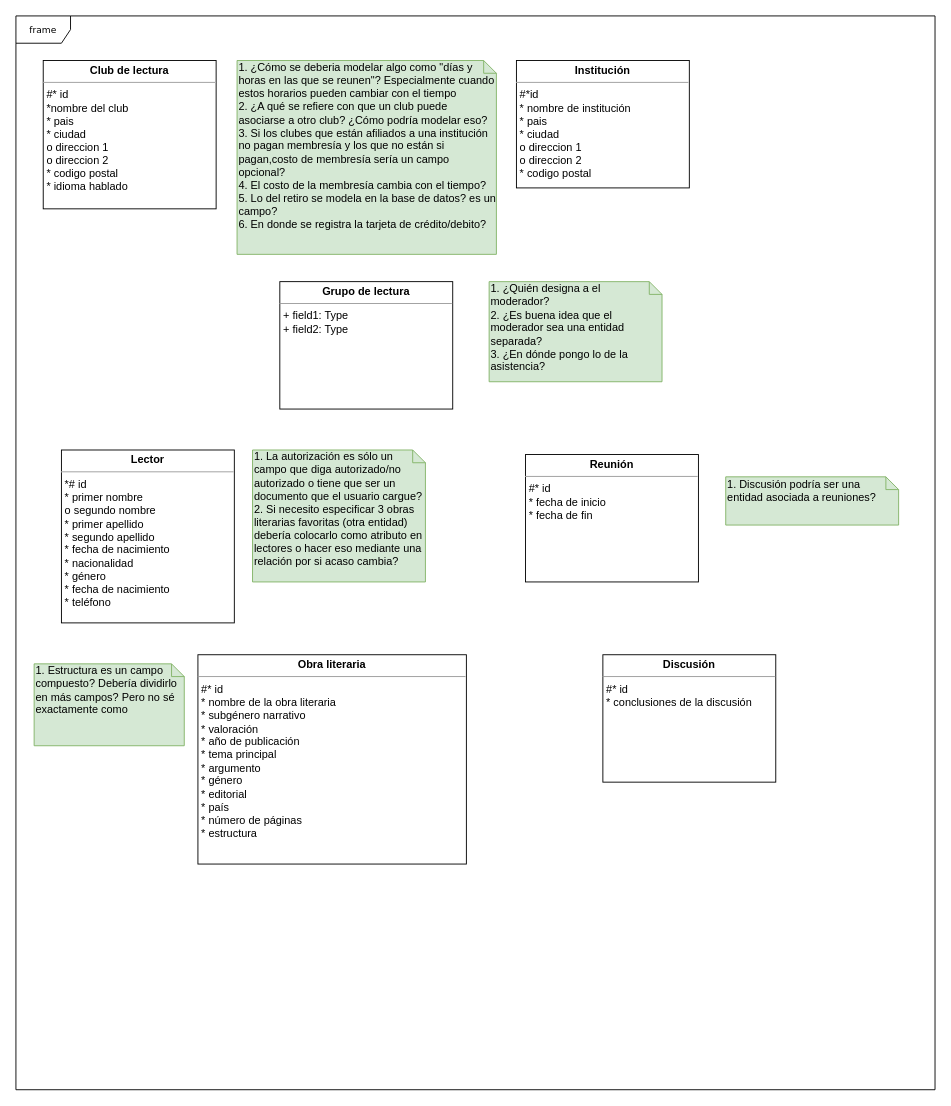
Above: DB I/RC (Pseudo) Data structure.drawio in NeutronBlast/IS-Ex (draw.io), before the change. Source tidied: cells renumbered, new cells numbered last; positions are measured from the earlier drawing's top-left corner, leaving out a move shared by most shapes. Both pictures are drawn from the tidied source at 91%, with x=0, y=0 at pixel (15, 15).
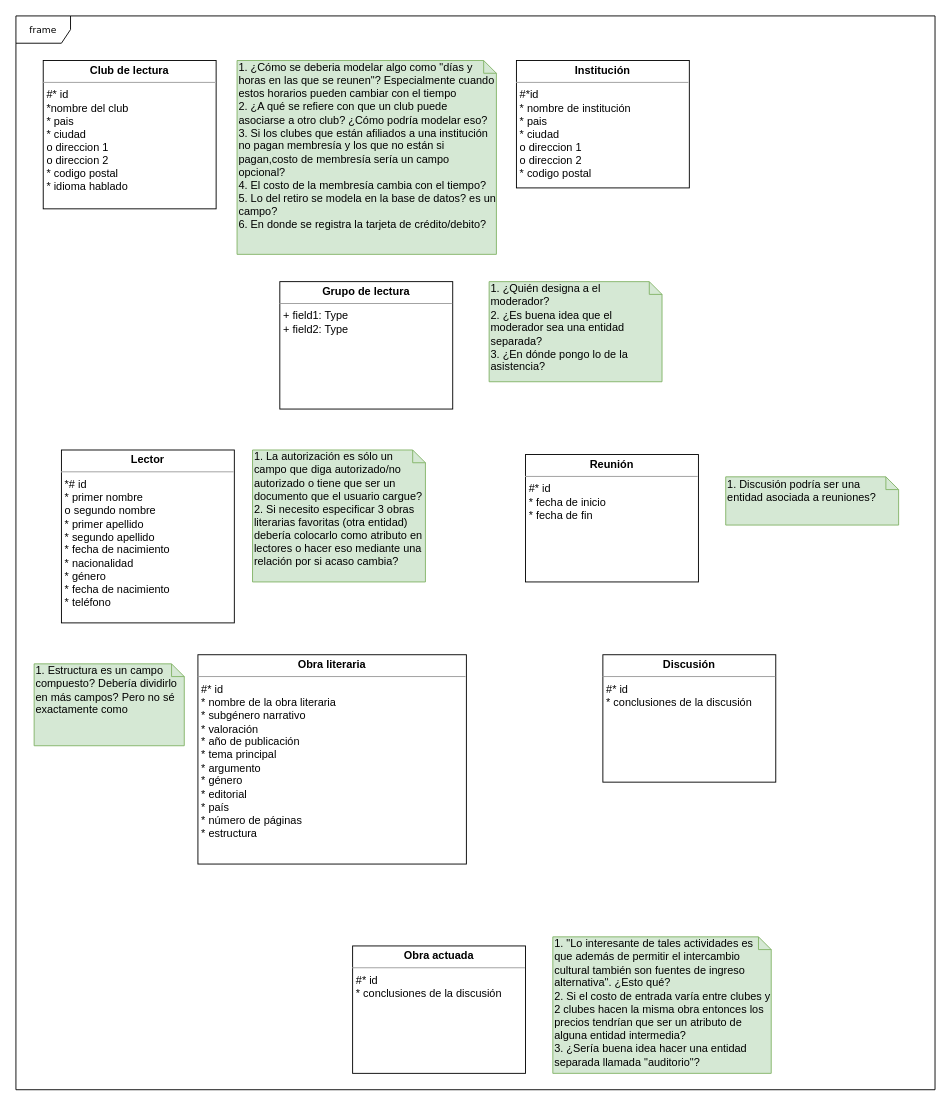
The same diagram, later.

What changed in the source:
```diff
@@
 <mxGraphModel background="#ffffff">
   <root>
     <mxCell id="0" />
     <mxCell id="1" parent="0" />
     <mxCell id="2" value="frame" style="shape=umlFrame;whiteSpace=wrap;html=1;rounded=0;shadow=0;comic=0;labelBackgroundColor=none;strokeColor=#000000;strokeWidth=1;fillColor=#ffffff;fontFamily=Verdana;fontSize=10;fontColor=#000000;align=center;" parent="1" vertex="1">
       <mxGeometry width="1010" height="1180" as="geometry" />
     </mxCell>
     <mxCell id="3" value="&lt;p style=&quot;margin: 0px ; margin-top: 4px ; text-align: center&quot;&gt;&lt;b&gt;Obra literaria&lt;/b&gt;&lt;/p&gt;&lt;hr size=&quot;1&quot;&gt;&lt;p style=&quot;margin: 0px ; margin-left: 4px&quot;&gt;#* id&lt;/p&gt;&lt;p style=&quot;margin: 0px ; margin-left: 4px&quot;&gt;* nombre de la obra literaria&lt;/p&gt;&lt;p style=&quot;margin: 0px ; margin-left: 4px&quot;&gt;* subgénero narrativo&lt;/p&gt;&lt;p style=&quot;margin: 0px ; margin-left: 4px&quot;&gt;* valoración&lt;/p&gt;&lt;p style=&quot;margin: 0px ; margin-left: 4px&quot;&gt;* año de publicación&lt;/p&gt;&lt;p style=&quot;margin: 0px ; margin-left: 4px&quot;&gt;* tema principal&lt;/p&gt;&lt;p style=&quot;margin: 0px ; margin-left: 4px&quot;&gt;* argumento&lt;/p&gt;&lt;p style=&quot;margin: 0px ; margin-left: 4px&quot;&gt;* género&lt;/p&gt;&lt;p style=&quot;margin: 0px ; margin-left: 4px&quot;&gt;* editorial&lt;/p&gt;&lt;p style=&quot;margin: 0px ; margin-left: 4px&quot;&gt;* país&lt;/p&gt;&lt;p style=&quot;margin: 0px ; margin-left: 4px&quot;&gt;* número de páginas&lt;/p&gt;&lt;p style=&quot;margin: 0px ; margin-left: 4px&quot;&gt;* estructura&lt;/p&gt;" style="verticalAlign=top;align=left;overflow=fill;fontSize=12;fontFamily=Helvetica;html=1;rounded=0;shadow=0;comic=0;labelBackgroundColor=none;strokeColor=#000000;strokeWidth=1;fillColor=#ffffff;" parent="1" vertex="1">
       <mxGeometry x="200" y="702" width="295" height="230" as="geometry" />
     </mxCell>
     <mxCell id="4" value="&lt;p style=&quot;margin: 0px ; margin-top: 4px ; text-align: center&quot;&gt;&lt;b&gt;Institución&lt;/b&gt;&lt;/p&gt;&lt;hr size=&quot;1&quot;&gt;&lt;p style=&quot;margin: 0px ; margin-left: 4px&quot;&gt;#*id&amp;nbsp;&lt;/p&gt;&lt;p style=&quot;margin: 0px ; margin-left: 4px&quot;&gt;* nombre de institución&lt;/p&gt;&lt;p style=&quot;margin: 0px 0px 0px 4px&quot;&gt;* pais&lt;/p&gt;&lt;p style=&quot;margin: 0px 0px 0px 4px&quot;&gt;* ciudad&lt;/p&gt;&lt;p style=&quot;margin: 0px 0px 0px 4px&quot;&gt;o direccion 1&lt;/p&gt;&lt;p style=&quot;margin: 0px 0px 0px 4px&quot;&gt;o direccion 2&lt;/p&gt;&lt;p style=&quot;margin: 0px 0px 0px 4px&quot;&gt;* codigo postal&lt;/p&gt;" style="verticalAlign=top;align=left;overflow=fill;fontSize=12;fontFamily=Helvetica;html=1;rounded=0;shadow=0;comic=0;labelBackgroundColor=none;strokeColor=#000000;strokeWidth=1;fillColor=#ffffff;" parent="1" vertex="1">
       <mxGeometry x="550" y="49" width="190" height="140" as="geometry" />
     </mxCell>
     <mxCell id="5" value="&lt;p style=&quot;margin: 0px ; margin-top: 4px ; text-align: center&quot;&gt;&lt;b&gt;Reunión&lt;/b&gt;&lt;/p&gt;&lt;hr size=&quot;1&quot;&gt;&lt;p style=&quot;margin: 0px ; margin-left: 4px&quot;&gt;#* id&lt;/p&gt;&lt;p style=&quot;margin: 0px ; margin-left: 4px&quot;&gt;* fecha de inicio&lt;/p&gt;&lt;p style=&quot;margin: 0px ; margin-left: 4px&quot;&gt;* fecha de fin&lt;/p&gt;" style="verticalAlign=top;align=left;overflow=fill;fontSize=12;fontFamily=Helvetica;html=1;rounded=0;shadow=0;comic=0;labelBackgroundColor=none;strokeColor=#000000;strokeWidth=1;fillColor=#ffffff;" parent="1" vertex="1">
       <mxGeometry x="560" y="482" width="190" height="140" as="geometry" />
     </mxCell>
     <mxCell id="6" value="&lt;p style=&quot;margin: 0px ; margin-top: 4px ; text-align: center&quot;&gt;&lt;b&gt;Club de lectura&lt;/b&gt;&lt;/p&gt;&lt;hr size=&quot;1&quot;&gt;&lt;p style=&quot;margin: 0px ; margin-left: 4px&quot;&gt;#* id&lt;/p&gt;&lt;p style=&quot;margin: 0px ; margin-left: 4px&quot;&gt;*nombre del club&lt;/p&gt;&lt;p style=&quot;margin: 0px ; margin-left: 4px&quot;&gt;* pais&lt;/p&gt;&lt;p style=&quot;margin: 0px ; margin-left: 4px&quot;&gt;* ciudad&lt;/p&gt;&lt;p style=&quot;margin: 0px ; margin-left: 4px&quot;&gt;o direccion 1&lt;/p&gt;&lt;p style=&quot;margin: 0px ; margin-left: 4px&quot;&gt;o direccion 2&lt;/p&gt;&lt;p style=&quot;margin: 0px ; margin-left: 4px&quot;&gt;* codigo postal&lt;/p&gt;&lt;p style=&quot;margin: 0px ; margin-left: 4px&quot;&gt;* idioma hablado&lt;/p&gt;&lt;p style=&quot;margin: 0px ; margin-left: 4px&quot;&gt;&lt;br&gt;&lt;/p&gt;" style="verticalAlign=top;align=left;overflow=fill;fontSize=12;fontFamily=Helvetica;html=1;rounded=0;shadow=0;comic=0;labelBackgroundColor=none;strokeColor=#000000;strokeWidth=1;fillColor=#ffffff;" parent="1" vertex="1">
       <mxGeometry x="30" y="49" width="190" height="163" as="geometry" />
     </mxCell>
     <mxCell id="7" value="&lt;p style=&quot;margin: 0px ; margin-top: 4px ; text-align: center&quot;&gt;&lt;b&gt;Lector&lt;/b&gt;&lt;/p&gt;&lt;hr size=&quot;1&quot;&gt;&lt;p style=&quot;margin: 0px ; margin-left: 4px&quot;&gt;*# id&lt;/p&gt;&lt;p style=&quot;margin: 0px ; margin-left: 4px&quot;&gt;* primer nombre&lt;/p&gt;&lt;p style=&quot;margin: 0px ; margin-left: 4px&quot;&gt;o segundo nombre&lt;/p&gt;&lt;p style=&quot;margin: 0px ; margin-left: 4px&quot;&gt;* primer apellido&lt;/p&gt;&lt;p style=&quot;margin: 0px ; margin-left: 4px&quot;&gt;* segundo apellido&lt;/p&gt;&lt;p style=&quot;margin: 0px ; margin-left: 4px&quot;&gt;* fecha de nacimiento&lt;/p&gt;&lt;p style=&quot;margin: 0px ; margin-left: 4px&quot;&gt;* nacionalidad&lt;/p&gt;&lt;p style=&quot;margin: 0px ; margin-left: 4px&quot;&gt;* género&lt;/p&gt;&lt;p style=&quot;margin: 0px ; margin-left: 4px&quot;&gt;* fecha de nacimiento&lt;/p&gt;&lt;p style=&quot;margin: 0px ; margin-left: 4px&quot;&gt;* teléfono&lt;/p&gt;" style="verticalAlign=top;align=left;overflow=fill;fontSize=12;fontFamily=Helvetica;html=1;rounded=0;shadow=0;comic=0;labelBackgroundColor=none;strokeColor=#000000;strokeWidth=1;fillColor=#ffffff;" parent="1" vertex="1">
       <mxGeometry x="50" y="477" width="190" height="190" as="geometry" />
     </mxCell>
     <mxCell id="8" value="&lt;p style=&quot;margin: 0px ; margin-top: 4px ; text-align: center&quot;&gt;&lt;b&gt;Grupo de lectura&lt;/b&gt;&lt;/p&gt;&lt;hr size=&quot;1&quot;&gt;&lt;p style=&quot;margin: 0px ; margin-left: 4px&quot;&gt;+ field1: Type&lt;br&gt;+ field2: Type&lt;/p&gt;" style="verticalAlign=top;align=left;overflow=fill;fontSize=12;fontFamily=Helvetica;html=1;rounded=0;shadow=0;comic=0;labelBackgroundColor=none;strokeColor=#000000;strokeWidth=1;fillColor=#ffffff;" parent="1" vertex="1">
       <mxGeometry x="290" y="292" width="190" height="140" as="geometry" />
     </mxCell>
     <mxCell id="9" value="1. ¿Cómo se deberia modelar algo como &quot;días y horas en las que se reunen&quot;? Especialmente cuando estos horarios pueden cambiar con el tiempo&lt;br&gt;2. ¿A qué se refiere con que un club puede asociarse a otro club? ¿Cómo podría modelar eso?&lt;br&gt;3. Si los clubes que están afiliados a una institución no pagan membresía y los que no están si pagan,costo de membresía sería un campo opcional?&lt;br&gt;4. El costo de la membresía cambia con el tiempo?&lt;br&gt;5. Lo del retiro se modela en la base de datos? es un campo?&lt;br&gt;6. En donde se registra la tarjeta de crédito/debito?" style="shape=note;whiteSpace=wrap;html=1;size=14;verticalAlign=top;align=left;spacingTop=-6;fillColor=#d5e8d4;strokeColor=#82b366;" parent="1" vertex="1">
       <mxGeometry x="243" y="49" width="285" height="213" as="geometry" />
     </mxCell>
     <mxCell id="10" value="1. La autorización es sólo un campo que diga autorizado/no autorizado o tiene que ser un documento que el usuario cargue?&lt;br&gt;2. Si necesito especificar 3 obras literarias favoritas (otra entidad) debería colocarlo como atributo en lectores o hacer eso mediante una relación por si acaso cambia?" style="shape=note;whiteSpace=wrap;html=1;size=14;verticalAlign=top;align=left;spacingTop=-6;fillColor=#d5e8d4;strokeColor=#82b366;" parent="1" vertex="1">
       <mxGeometry x="260" y="477" width="190" height="145" as="geometry" />
     </mxCell>
     <mxCell id="11" value="1. ¿Quién designa a el moderador?&lt;br&gt;2. ¿Es buena idea que el moderador sea una entidad separada?&lt;br&gt;3. ¿En dónde pongo lo de la asistencia?" style="shape=note;whiteSpace=wrap;html=1;size=14;verticalAlign=top;align=left;spacingTop=-6;fillColor=#d5e8d4;strokeColor=#82b366;" parent="1" vertex="1">
       <mxGeometry x="520" y="292" width="190" height="110" as="geometry" />
     </mxCell>
     <mxCell id="12" value="1. Discusión podría ser una entidad asociada a reuniones?" style="shape=note;whiteSpace=wrap;html=1;size=14;verticalAlign=top;align=left;spacingTop=-6;fillColor=#d5e8d4;strokeColor=#82b366;" parent="1" vertex="1">
       <mxGeometry x="780" y="506.5" width="190" height="53" as="geometry" />
     </mxCell>
     <mxCell id="13" value="&lt;p style=&quot;margin: 0px ; margin-top: 4px ; text-align: center&quot;&gt;&lt;b&gt;Discusión&lt;/b&gt;&lt;/p&gt;&lt;hr size=&quot;1&quot;&gt;&lt;p style=&quot;margin: 0px ; margin-left: 4px&quot;&gt;#* id&lt;/p&gt;&lt;p style=&quot;margin: 0px ; margin-left: 4px&quot;&gt;* conclusiones de la discusión&lt;/p&gt;" style="verticalAlign=top;align=left;overflow=fill;fontSize=12;fontFamily=Helvetica;html=1;rounded=0;shadow=0;comic=0;labelBackgroundColor=none;strokeColor=#000000;strokeWidth=1;fillColor=#ffffff;" parent="1" vertex="1">
       <mxGeometry x="645" y="702" width="190" height="140" as="geometry" />
     </mxCell>
     <mxCell id="14" value="1. Estructura es un campo compuesto? Debería dividirlo en más campos? Pero no sé exactamente como&amp;nbsp;" style="shape=note;whiteSpace=wrap;html=1;size=14;verticalAlign=top;align=left;spacingTop=-6;fillColor=#d5e8d4;strokeColor=#82b366;" parent="1" vertex="1">
       <mxGeometry x="20" y="712" width="165" height="90" as="geometry" />
     </mxCell>
+    <mxCell id="15" value="&lt;p style=&quot;margin: 0px ; margin-top: 4px ; text-align: center&quot;&gt;&lt;b&gt;Obra actuada&lt;/b&gt;&lt;/p&gt;&lt;hr size=&quot;1&quot;&gt;&lt;p style=&quot;margin: 0px ; margin-left: 4px&quot;&gt;#* id&lt;/p&gt;&lt;p style=&quot;margin: 0px ; margin-left: 4px&quot;&gt;* conclusiones de la discusión&lt;/p&gt;" style="verticalAlign=top;align=left;overflow=fill;fontSize=12;fontFamily=Helvetica;html=1;rounded=0;shadow=0;comic=0;labelBackgroundColor=none;strokeColor=#000000;strokeWidth=1;fillColor=#ffffff;" parent="1" vertex="1">
+      <mxGeometry x="370" y="1022" width="190" height="140" as="geometry" />
+    </mxCell>
+    <mxCell id="16" value="1. &quot;Lo interesante de tales actividades es que además de permitir el intercambio cultural también son fuentes de ingreso alternativa&quot;. ¿Esto qué?&lt;br&gt;2. Si el costo de entrada varía entre clubes y 2 clubes hacen la misma obra entonces los precios tendrían que ser un atributo de alguna entidad intermedia?&lt;br&gt;3. ¿Sería buena idea hacer una entidad separada llamada &quot;auditorio&quot;?" style="shape=note;whiteSpace=wrap;html=1;size=14;verticalAlign=top;align=left;spacingTop=-6;fillColor=#d5e8d4;strokeColor=#82b366;" parent="1" vertex="1">
+      <mxGeometry x="590" y="1012" width="240" height="150" as="geometry" />
+    </mxCell>
   </root>
 </mxGraphModel>
```
